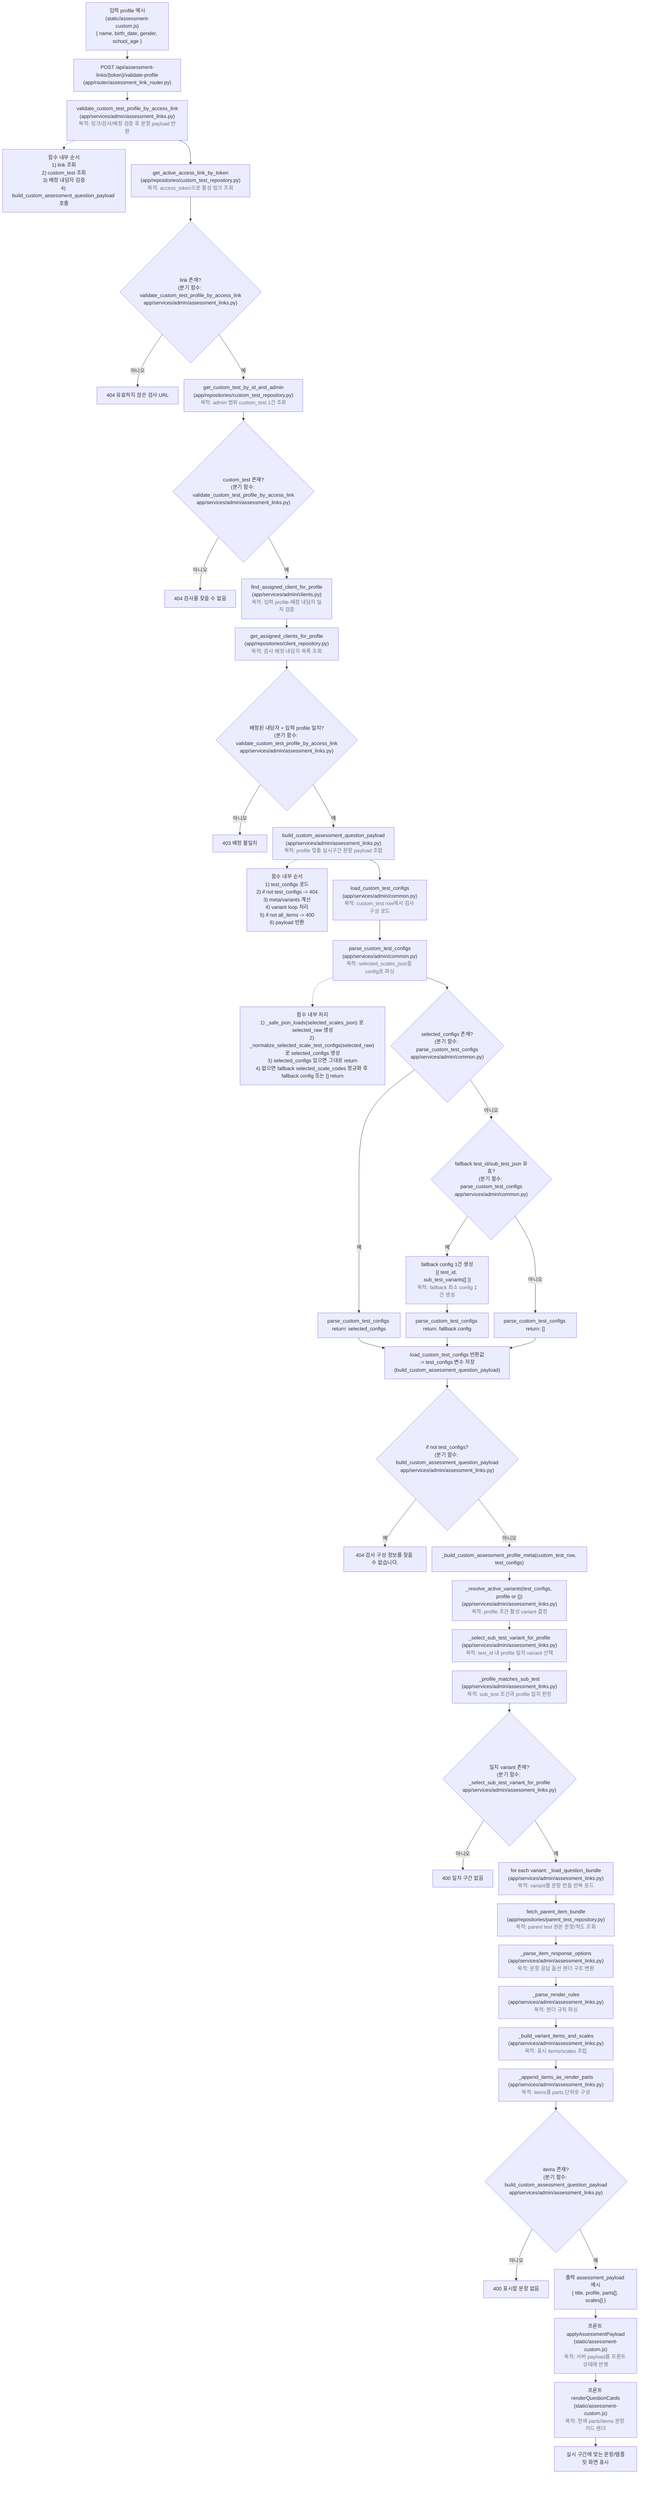
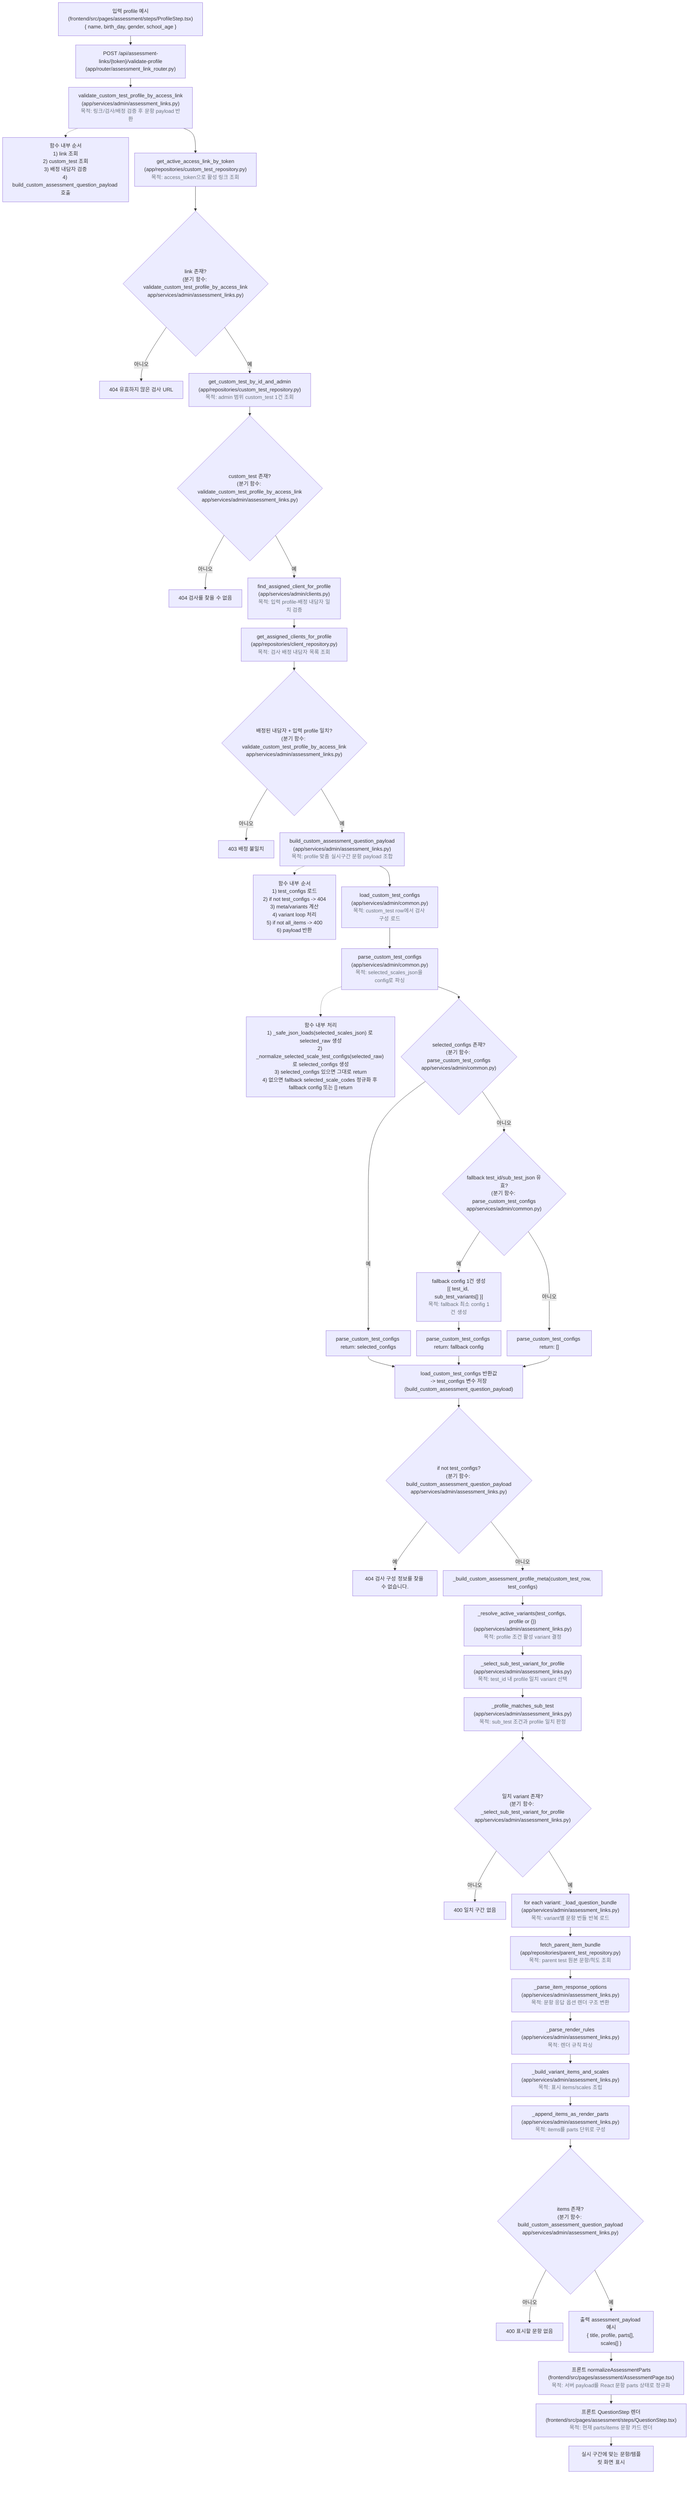
%%{init: {'flowchart': {'nodeSpacing': 18, 'rankSpacing': 28}}}%%
flowchart TD
-     A["입력 profile 예시\n(static/assessment-custom.js)\n{ name, birth_date, gender, school_age }"] --> B["POST /api/assessment-links/{token}/validate-profile\n(app/router/assessment_link_router.py)"]
+     A["입력 profile 예시\n(frontend/src/pages/assessment/steps/ProfileStep.tsx)\n{ name, birth_day, gender, school_age }"] --> B["POST /api/assessment-links/{token}/validate-profile\n(app/router/assessment_link_router.py)"]
    B --> C["validate_custom_test_profile_by_access_link\n(app/services/admin/assessment_links.py)<br/><span style='color:#6c757d'>목적: 링크/검사/배정 검증 후 문항 payload 반환</span>"]
    C -.-> C_SIDE["함수 내부 순서\n1) link 조회\n2) custom_test 조회\n3) 배정 내담자 검증\n4) build_custom_assessment_question_payload 호출"]

    C --> D["get_active_access_link_by_token\n(app/repositories/custom_test_repository.py)<br/><span style='color:#6c757d'>목적: access_token으로 활성 링크 조회</span>"]
    D --> E{"link 존재?\n(분기 함수: validate_custom_test_profile_by_access_link\napp/services/admin/assessment_links.py)"}
    E -- 아니오 --> E1[404 유효하지 않은 검사 URL]
    E -- 예 --> F["get_custom_test_by_id_and_admin\n(app/repositories/custom_test_repository.py)<br/><span style='color:#6c757d'>목적: admin 범위 custom_test 1건 조회</span>"]

    F --> G{"custom_test 존재?\n(분기 함수: validate_custom_test_profile_by_access_link\napp/services/admin/assessment_links.py)"}
    G -- 아니오 --> G1[404 검사를 찾을 수 없음]
    G -- 예 --> H["find_assigned_client_for_profile\n(app/services/admin/clients.py)<br/><span style='color:#6c757d'>목적: 입력 profile-배정 내담자 일치 검증</span>"]

    H --> H1["get_assigned_clients_for_profile\n(app/repositories/client_repository.py)<br/><span style='color:#6c757d'>목적: 검사 배정 내담자 목록 조회</span>"]
    H1 --> I{"배정된 내담자 + 입력 profile 일치?\n(분기 함수: validate_custom_test_profile_by_access_link\napp/services/admin/assessment_links.py)"}
    I -- 아니오 --> I1[403 배정 불일치]
    I -- 예 --> J["build_custom_assessment_question_payload\n(app/services/admin/assessment_links.py)<br/><span style='color:#6c757d'>목적: profile 맞춤 실시구간 문항 payload 조합</span>"]
    J -.-> J_SIDE["함수 내부 순서\n1) test_configs 로드\n2) if not test_configs -> 404\n3) meta/variants 계산\n4) variant loop 처리\n5) if not all_items -> 400\n6) payload 반환"]

    J --> K["load_custom_test_configs\n(app/services/admin/common.py)<br/><span style='color:#6c757d'>목적: custom_test row에서 검사 구성 로드</span>"]
    K --> K1["parse_custom_test_configs\n(app/services/admin/common.py)<br/><span style='color:#6c757d'>목적: selected_scales_json을 config로 파싱</span>"]
    K1 -.-> K1_SIDE["함수 내부 처리\n1) _safe_json_loads(selected_scales_json) 로 selected_raw 생성\n2) _normalize_selected_scale_test_configs(selected_raw) 로 selected_configs 생성\n3) selected_configs 있으면 그대로 return\n4) 없으면 fallback selected_scale_codes 정규화 후 fallback config 또는 [] return"]
    K1 --> K6{"selected_configs 존재?\n(분기 함수: parse_custom_test_configs\napp/services/admin/common.py)"}
    K6 -- 예 --> KR1["parse_custom_test_configs return: selected_configs"]
    K6 -- 아니오 --> K8{"fallback test_id/sub_test_json 유효?\n(분기 함수: parse_custom_test_configs\napp/services/admin/common.py)"}
    K8 -- 아니오 --> KR0["parse_custom_test_configs return: []"]
    K8 -- 예 --> K10["fallback config 1건 생성\n[{ test_id, sub_test_variants[] }]<br/><span style='color:#6c757d'>목적: fallback 최소 config 1건 생성</span>"]
    K10 --> KR2["parse_custom_test_configs return: fallback config"]
    KR1 --> K_RET["load_custom_test_configs 반환값\n-> test_configs 변수 저장\n(build_custom_assessment_question_payload)"]
    KR2 --> K_RET
    KR0 --> K_RET
    K_RET --> K_RET_CHK{"if not test_configs?\n(분기 함수: build_custom_assessment_question_payload\napp/services/admin/assessment_links.py)"}
    K_RET_CHK -- 예 --> K9["404 검사 구성 정보를 찾을 수 없습니다."]
    K_RET_CHK -- 아니오 --> KB1["_build_custom_assessment_profile_meta(custom_test_row, test_configs)"]
    KB1 --> L["_resolve_active_variants(test_configs, profile or {})\n(app/services/admin/assessment_links.py)<br/><span style='color:#6c757d'>목적: profile 조건 활성 variant 결정</span>"]
    L --> M["_select_sub_test_variant_for_profile\n(app/services/admin/assessment_links.py)<br/><span style='color:#6c757d'>목적: test_id 내 profile 일치 variant 선택</span>"]
    M --> N["_profile_matches_sub_test\n(app/services/admin/assessment_links.py)<br/><span style='color:#6c757d'>목적: sub_test 조건과 profile 일치 판정</span>"]
    N --> O{"일치 variant 존재?\n(분기 함수: _select_sub_test_variant_for_profile\napp/services/admin/assessment_links.py)"}
    O -- 아니오 --> O1[400 일치 구간 없음]
    O -- 예 --> P["for each variant: _load_question_bundle\n(app/services/admin/assessment_links.py)<br/><span style='color:#6c757d'>목적: variant별 문항 번들 반복 로드</span>"]

    P --> Q["fetch_parent_item_bundle\n(app/repositories/parent_test_repository.py)<br/><span style='color:#6c757d'>목적: parent test 원본 문항/척도 조회</span>"]
    Q --> R["_parse_item_response_options\n(app/services/admin/assessment_links.py)<br/><span style='color:#6c757d'>목적: 문항 응답 옵션 렌더 구조 변환</span>"]
    R --> S["_parse_render_rules\n(app/services/admin/assessment_links.py)<br/><span style='color:#6c757d'>목적: 렌더 규칙 파싱</span>"]
    S --> T["_build_variant_items_and_scales\n(app/services/admin/assessment_links.py)<br/><span style='color:#6c757d'>목적: 표시 items/scales 조립</span>"]
    T --> U["_append_items_as_render_parts\n(app/services/admin/assessment_links.py)<br/><span style='color:#6c757d'>목적: items를 parts 단위로 구성</span>"]
    U --> V{"items 존재?\n(분기 함수: build_custom_assessment_question_payload\napp/services/admin/assessment_links.py)"}
    V -- 아니오 --> V1[400 표시할 문항 없음]
    V -- 예 --> W["출력 assessment_payload 예시\n{ title, profile, parts[], scales[] }"]

-     W --> X["프론트 applyAssessmentPayload\n(static/assessment-custom.js)<br/><span style='color:#6c757d'>목적: 서버 payload를 프론트 상태에 반영</span>"]
-     X --> Y["프론트 renderQuestionCards\n(static/assessment-custom.js)<br/><span style='color:#6c757d'>목적: 현재 parts/items 문항 카드 렌더</span>"]
+     W --> X["프론트 normalizeAssessmentParts\n(frontend/src/pages/assessment/AssessmentPage.tsx)<br/><span style='color:#6c757d'>목적: 서버 payload를 React 문항 parts 상태로 정규화</span>"]
+     X --> Y["프론트 QuestionStep 렌더\n(frontend/src/pages/assessment/steps/QuestionStep.tsx)<br/><span style='color:#6c757d'>목적: 현재 parts/items 문항 카드 렌더</span>"]
    Y --> Z[실시 구간에 맞는 문항/템플릿 화면 표시]
